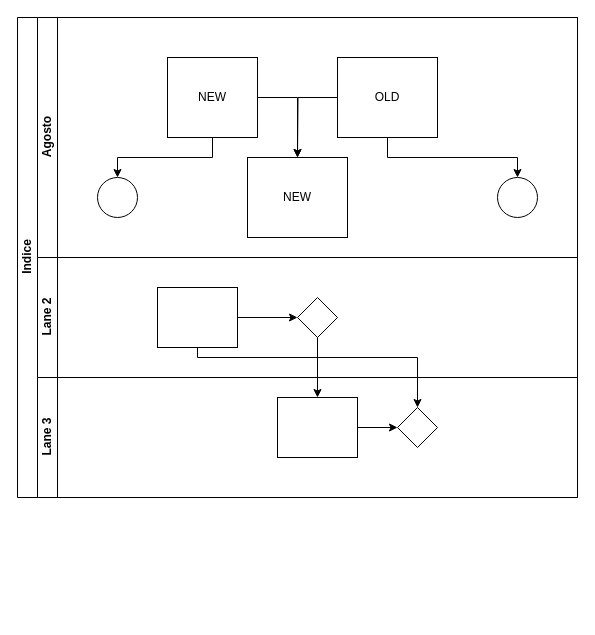
Above: INdices.drawio in MatiasQuinlan/makarkrk (draw.io), before the change. Source tidied: cells renumbered, new cells numbered last; positions are measured from the earlier drawing's top-left corner, leaving out a move shared by most shapes. Both pictures are drawn from the tidied source at 100%, with x=0, y=0 at pixel (17, 17).
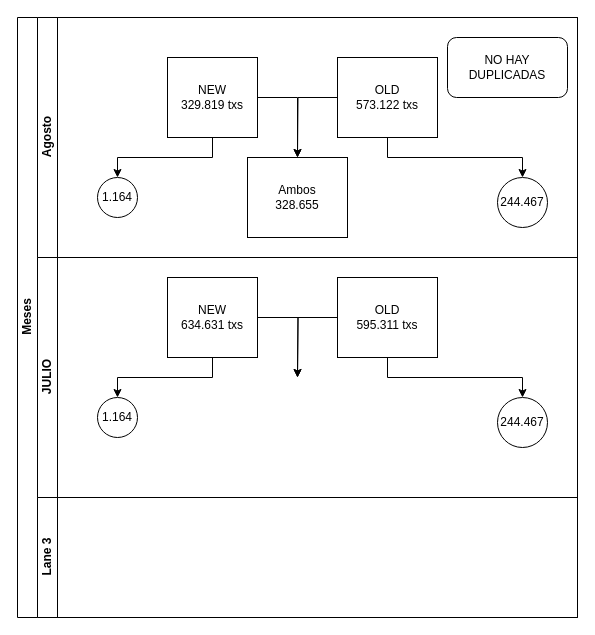
The same diagram, later.

Unchanged cells that the change refers to:
```xml
<mxCell id="5" value="Agosto" style="swimlane;html=1;startSize=20;horizontal=0;" parent="2" vertex="1">
  <mxGeometry x="20" width="540" height="240" as="geometry" />
</mxCell>
```

What changed in the source:
```diff
@@
-    <mxCell id="2" value="Indice" style="swimlane;html=1;horizontal=0;startSize=20;" parent="1" vertex="1">
-      <mxGeometry width="560" height="480" as="geometry" />
+    <mxCell id="2" value="Meses" style="swimlane;html=1;horizontal=0;startSize=20;" parent="1" vertex="1">
+      <mxGeometry width="560" height="600" as="geometry" />
     </mxCell>
-    <mxCell id="3" style="edgeStyle=orthogonalEdgeStyle;rounded=0;jettySize=auto;html=1;endArrow=classic;endFill=1;" parent="2" edge="1" source="18" target="21">
-      <mxGeometry relative="1" as="geometry" />
-    </mxCell>
-    <mxCell id="4" style="edgeStyle=orthogonalEdgeStyle;rounded=0;jettySize=auto;html=1;endArrow=classic;endFill=1;" parent="2" edge="1" source="17" target="22">
-      <mxGeometry relative="1" as="geometry">
-        <Array as="points">
-          <mxPoint x="180" y="340" />
-          <mxPoint x="400" y="340" />
-        </Array>
-      </mxGeometry>
-    </mxCell>
@@
-    <mxCell id="6" style="ellipse;whiteSpace=wrap;html=1;" parent="5" vertex="1">
+    <mxCell id="6" value="1.164" style="ellipse;whiteSpace=wrap;html=1;" parent="5" vertex="1">
       <mxGeometry x="60" y="160" width="40" height="40" as="geometry" />
     </mxCell>
@@
-    <mxCell id="9" value="NEW" style="rounded=0;whiteSpace=wrap;html=1;fontFamily=Helvetica;fontSize=12;fontColor=#000000;align=center;" parent="5" vertex="1">
+    <mxCell id="9" value="NEW&lt;br&gt;329.819 txs" style="rounded=0;whiteSpace=wrap;html=1;fontFamily=Helvetica;fontSize=12;fontColor=#000000;align=center;" parent="5" vertex="1">
       <mxGeometry x="130" y="40" width="90" height="80" as="geometry" />
     </mxCell>
@@
-    <mxCell id="12" value="OLD&lt;br&gt;" style="rounded=0;whiteSpace=wrap;html=1;fontFamily=Helvetica;fontSize=12;fontColor=#000000;align=center;" parent="5" vertex="1">
+    <mxCell id="12" value="OLD&lt;br&gt;573.122 txs" style="rounded=0;whiteSpace=wrap;html=1;fontFamily=Helvetica;fontSize=12;fontColor=#000000;align=center;" parent="5" vertex="1">
       <mxGeometry x="300" y="40" width="100" height="80" as="geometry" />
     </mxCell>
-    <mxCell id="13" style="ellipse;whiteSpace=wrap;html=1;" parent="5" vertex="1">
-      <mxGeometry x="460" y="160" width="40" height="40" as="geometry" />
+    <mxCell id="13" value="244.467" style="ellipse;whiteSpace=wrap;html=1;" parent="5" vertex="1">
+      <mxGeometry x="460" y="160" width="50" height="50" as="geometry" />
     </mxCell>
-    <mxCell id="14" value="NEW" style="rounded=0;whiteSpace=wrap;html=1;fontFamily=Helvetica;fontSize=12;fontColor=#000000;align=center;" parent="5" vertex="1">
+    <mxCell id="14" value="Ambos&lt;br&gt;328.655" style="rounded=0;whiteSpace=wrap;html=1;fontFamily=Helvetica;fontSize=12;fontColor=#000000;align=center;" parent="5" vertex="1">
       <mxGeometry x="210" y="140" width="100" height="80" as="geometry" />
     </mxCell>
+    <mxCell id="23" value="NO HAY DUPLICADAS" style="rounded=1;whiteSpace=wrap;html=1;" parent="5" vertex="1">
+      <mxGeometry x="410" y="20" width="120" height="60" as="geometry" />
+    </mxCell>
-    <mxCell id="15" value="Lane 2" style="swimlane;html=1;startSize=20;horizontal=0;" parent="2" vertex="1">
-      <mxGeometry x="20" y="240" width="540" height="120" as="geometry" />
+    <mxCell id="15" value="JULIO&lt;br&gt;" style="swimlane;html=1;startSize=20;horizontal=0;" parent="2" vertex="1">
+      <mxGeometry x="20" y="240" width="540" height="240" as="geometry" />
     </mxCell>
-    <mxCell id="16" style="edgeStyle=orthogonalEdgeStyle;rounded=0;jettySize=auto;html=1;endArrow=classic;endFill=1;" parent="15" edge="1" source="17" target="18">
-      <mxGeometry relative="1" as="geometry" />
-    </mxCell>
-    <mxCell id="17" style="rounded=0;whiteSpace=wrap;html=1;fontFamily=Helvetica;fontSize=12;fontColor=#000000;align=center;" parent="15" vertex="1">
-      <mxGeometry x="120" y="30" width="80" height="60" as="geometry" />
-    </mxCell>
-    <mxCell id="18" style="rhombus;whiteSpace=wrap;html=1;fontFamily=Helvetica;fontSize=12;fontColor=#000000;align=center;" parent="15" vertex="1">
-      <mxGeometry x="260" y="40" width="40" height="40" as="geometry" />
-    </mxCell>
+    <mxCell id="24" value="1.164" style="ellipse;whiteSpace=wrap;html=1;" parent="15" vertex="1">
+      <mxGeometry x="60" y="140" width="40" height="40" as="geometry" />
+    </mxCell>
+    <mxCell id="25" style="edgeStyle=orthogonalEdgeStyle;rounded=0;jettySize=auto;html=1;exitX=0.5;exitY=1;exitDx=0;exitDy=0;entryX=0.5;entryY=0;entryDx=0;entryDy=0;" parent="15" edge="1" source="27" target="24">
+      <mxGeometry relative="1" as="geometry" />
+    </mxCell>
+    <mxCell id="26" style="edgeStyle=orthogonalEdgeStyle;rounded=0;jettySize=auto;html=1;exitX=1;exitY=0.5;exitDx=0;exitDy=0;entryX=0.5;entryY=0;entryDx=0;entryDy=0;" parent="15" edge="1" source="27">
+      <mxGeometry relative="1" as="geometry">
+        <mxPoint x="260" y="120" as="targetPoint" />
+      </mxGeometry>
+    </mxCell>
+    <mxCell id="27" value="NEW&lt;br&gt;634.631 txs" style="rounded=0;whiteSpace=wrap;html=1;fontFamily=Helvetica;fontSize=12;fontColor=#000000;align=center;" parent="15" vertex="1">
+      <mxGeometry x="130" y="20" width="90" height="80" as="geometry" />
+    </mxCell>
+    <mxCell id="28" style="edgeStyle=orthogonalEdgeStyle;rounded=0;jettySize=auto;html=1;exitX=0;exitY=0.5;exitDx=0;exitDy=0;" parent="15" edge="1" source="29">
+      <mxGeometry relative="1" as="geometry">
+        <mxPoint x="260" y="120" as="targetPoint" />
+      </mxGeometry>
+    </mxCell>
+    <mxCell id="29" value="OLD&lt;br&gt;595.311 txs" style="rounded=0;whiteSpace=wrap;html=1;fontFamily=Helvetica;fontSize=12;fontColor=#000000;align=center;" parent="15" vertex="1">
+      <mxGeometry x="300" y="20" width="100" height="80" as="geometry" />
+    </mxCell>
+    <mxCell id="30" value="244.467" style="ellipse;whiteSpace=wrap;html=1;" parent="15" vertex="1">
+      <mxGeometry x="460" y="140" width="50" height="50" as="geometry" />
+    </mxCell>
+    <mxCell id="31" style="edgeStyle=orthogonalEdgeStyle;rounded=0;jettySize=auto;html=1;exitX=0.5;exitY=1;exitDx=0;exitDy=0;entryX=0.5;entryY=0;entryDx=0;entryDy=0;" parent="15" edge="1" source="29" target="30">
+      <mxGeometry relative="1" as="geometry" />
+    </mxCell>
     <mxCell id="19" value="Lane 3" style="swimlane;html=1;startSize=20;horizontal=0;" parent="2" vertex="1">
-      <mxGeometry x="20" y="360" width="540" height="120" as="geometry" />
+      <mxGeometry x="20" y="480" width="540" height="120" as="geometry" />
     </mxCell>
-    <mxCell id="20" style="edgeStyle=orthogonalEdgeStyle;rounded=0;jettySize=auto;html=1;endArrow=classic;endFill=1;" parent="19" edge="1" source="21" target="22">
-      <mxGeometry relative="1" as="geometry" />
-    </mxCell>
-    <mxCell id="21" style="rounded=0;whiteSpace=wrap;html=1;fontFamily=Helvetica;fontSize=12;fontColor=#000000;align=center;" parent="19" vertex="1">
-      <mxGeometry x="240" y="20" width="80" height="60" as="geometry" />
-    </mxCell>
-    <mxCell id="22" style="rhombus;whiteSpace=wrap;html=1;fontFamily=Helvetica;fontSize=12;fontColor=#000000;align=center;" parent="19" vertex="1">
-      <mxGeometry x="360" y="30" width="40" height="40" as="geometry" />
-    </mxCell>
```
